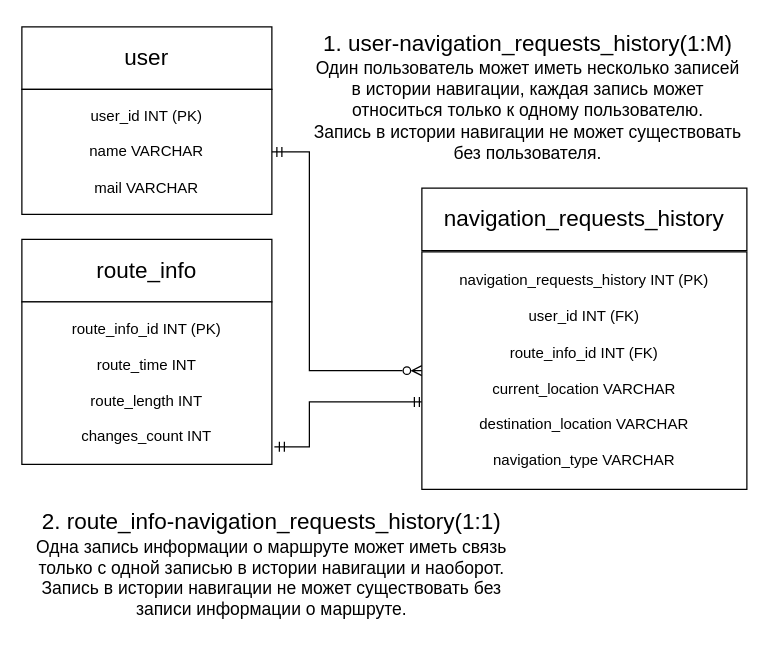
This is Sinyagin_Andrey/ERD/ERD.drawio from abdullahproff/BSA21_1, a draw.io file, before an edit. Source tidied: cells renumbered, new cells numbered last; positions are measured from the earlier drawing's top-left corner, leaving out a move shared by most shapes. Both pictures are drawn from the tidied source at 125%, with x=0, y=0 at pixel (21, 21).
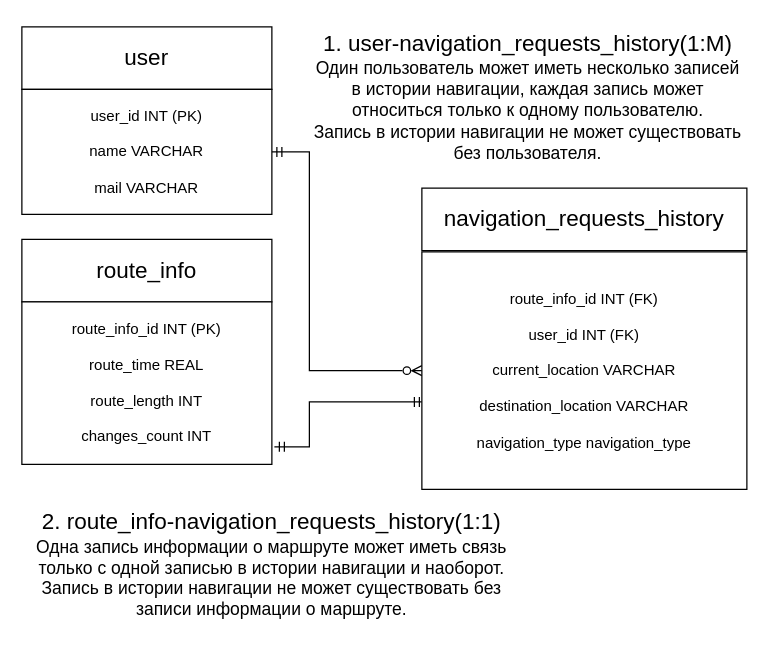
The same page after the edit.

Diff of the diagram source:
```diff
@@
 <mxGraphModel>
   <root>
     <mxCell id="0" />
     <mxCell id="1" parent="0" />
     <mxCell id="2" value="&lt;font style=&quot;font-size: 18px;&quot;&gt;user&lt;/font&gt;" style="rounded=0;whiteSpace=wrap;html=1;" parent="1" vertex="1">
       <mxGeometry y="4" width="200" height="50" as="geometry" />
     </mxCell>
     <mxCell id="3" value="&lt;font style=&quot;font-size: 18px;&quot;&gt;route_info&lt;/font&gt;" style="rounded=0;whiteSpace=wrap;html=1;strokeColor=default;align=center;verticalAlign=middle;fontFamily=Helvetica;fontSize=12;fontColor=default;fillColor=default;" parent="1" vertex="1">
       <mxGeometry y="174" width="200" height="50" as="geometry" />
     </mxCell>
     <mxCell id="4" value="&lt;font style=&quot;font-size: 18px;&quot;&gt;navigation_requests_history&lt;/font&gt;" style="rounded=0;whiteSpace=wrap;html=1;strokeColor=default;align=center;verticalAlign=middle;fontFamily=Helvetica;fontSize=12;fontColor=default;fillColor=default;" parent="1" vertex="1">
       <mxGeometry x="320" y="133" width="260" height="50" as="geometry" />
     </mxCell>
     <mxCell id="5" style="edgeStyle=orthogonalEdgeStyle;rounded=0;jettySize=auto;html=1;exitX=1;exitY=0.5;exitDx=0;exitDy=0;entryX=0;entryY=0.5;entryDx=0;entryDy=0;endArrow=ERzeroToMany;endFill=0;startArrow=ERmandOne;startFill=0;" parent="1" edge="1" source="6" target="9">
       <mxGeometry relative="1" as="geometry">
         <Array as="points">
           <mxPoint x="230" y="104" />
           <mxPoint x="230" y="279" />
         </Array>
       </mxGeometry>
     </mxCell>
     <mxCell id="6" value="user_id INT (PK&lt;span style=&quot;background-color: initial;&quot;&gt;)&lt;/span&gt;&lt;div&gt;&lt;br&gt;&lt;div&gt;&lt;div&gt;name VARCHAR&lt;/div&gt;&lt;div&gt;&lt;br&gt;&lt;/div&gt;&lt;div&gt;mail VARCHAR&lt;/div&gt;&lt;/div&gt;&lt;/div&gt;" style="rounded=0;whiteSpace=wrap;html=1;" parent="1" vertex="1">
       <mxGeometry y="54" width="200" height="100" as="geometry" />
     </mxCell>
     <mxCell id="7" style="edgeStyle=orthogonalEdgeStyle;rounded=0;jettySize=auto;html=1;exitX=1.01;exitY=0.892;exitDx=0;exitDy=0;startArrow=ERmandOne;startFill=0;endArrow=ERmandOne;endFill=0;exitPerimeter=0;" parent="1" edge="1" source="8">
       <mxGeometry relative="1" as="geometry">
         <mxPoint x="310" y="304" as="targetPoint" />
         <Array as="points">
           <mxPoint x="230" y="340" />
           <mxPoint x="230" y="304" />
           <mxPoint x="320" y="304" />
         </Array>
       </mxGeometry>
     </mxCell>
-    <mxCell id="8" value="route_info_id INT (PK)&lt;div&gt;&lt;br&gt;&lt;/div&gt;&lt;div&gt;route_time INT&lt;/div&gt;&lt;div&gt;&lt;br&gt;&lt;/div&gt;&lt;div&gt;route_length INT&lt;/div&gt;&lt;div&gt;&lt;br&gt;&lt;/div&gt;&lt;div&gt;changes_count INT&lt;/div&gt;" style="rounded=0;whiteSpace=wrap;html=1;" parent="1" vertex="1">
+    <mxCell id="8" value="route_info_id INT (PK)&lt;div&gt;&lt;br&gt;&lt;/div&gt;&lt;div&gt;route_time REAL&lt;/div&gt;&lt;div&gt;&lt;br&gt;&lt;/div&gt;&lt;div&gt;route_length INT&lt;/div&gt;&lt;div&gt;&lt;br&gt;&lt;/div&gt;&lt;div&gt;changes_count INT&lt;/div&gt;" style="rounded=0;whiteSpace=wrap;html=1;" parent="1" vertex="1">
       <mxGeometry y="224" width="200" height="130" as="geometry" />
     </mxCell>
-    <mxCell id="9" value="&lt;div&gt;navigation_requests_history INT (PK)&lt;/div&gt;&lt;div&gt;&lt;br&gt;&lt;/div&gt;user_id INT (FK&lt;span style=&quot;background-color: initial;&quot;&gt;)&lt;/span&gt;&lt;div&gt;&lt;span style=&quot;background-color: initial;&quot;&gt;&lt;br&gt;&lt;/span&gt;&lt;/div&gt;&lt;div&gt;route_info_id INT (FK)&lt;/div&gt;&lt;div&gt;&lt;br&gt;&lt;/div&gt;&lt;div&gt;current_location VARCHAR&lt;/div&gt;&lt;div&gt;&lt;br&gt;&lt;/div&gt;&lt;div&gt;&lt;div&gt;&lt;div&gt;destination_location VARCHAR&lt;/div&gt;&lt;div&gt;&lt;br&gt;&lt;/div&gt;&lt;/div&gt;&lt;/div&gt;&lt;div&gt;&lt;div&gt;navigation_type VARCHAR&lt;/div&gt;&lt;/div&gt;" style="rounded=0;whiteSpace=wrap;html=1;" parent="1" vertex="1">
+    <mxCell id="9" value="&lt;div&gt;route_info_id&amp;nbsp;INT &lt;span style=&quot;background-color: initial;&quot;&gt;(FK)&lt;/span&gt;&lt;/div&gt;&lt;div&gt;&lt;br&gt;&lt;/div&gt;&lt;div&gt;user_id INT (FK&lt;span style=&quot;background-color: initial;&quot;&gt;)&lt;/span&gt;&lt;br&gt;&lt;/div&gt;&lt;div&gt;&lt;br&gt;&lt;/div&gt;&lt;div&gt;current_location VARCHAR&lt;/div&gt;&lt;div&gt;&lt;br&gt;&lt;/div&gt;&lt;div&gt;&lt;div&gt;&lt;div&gt;destination_location VARCHAR&lt;/div&gt;&lt;div&gt;&lt;br&gt;&lt;/div&gt;&lt;/div&gt;&lt;/div&gt;&lt;div&gt;&lt;div&gt;navigation_type&amp;nbsp;&lt;span style=&quot;background-color: initial;&quot;&gt;navigation_type&lt;/span&gt;&lt;/div&gt;&lt;/div&gt;" style="rounded=0;whiteSpace=wrap;html=1;" parent="1" vertex="1">
       <mxGeometry x="320" y="184" width="260" height="190" as="geometry" />
     </mxCell>
     <mxCell id="10" value="&lt;span style=&quot;font-size: 18px;&quot;&gt;1. user-&lt;/span&gt;&lt;span style=&quot;font-size: 18px;&quot;&gt;navigation_requests_history(1:M)&lt;/span&gt;&lt;div&gt;&lt;font style=&quot;font-size: 14px;&quot;&gt;Один пользователь может иметь несколько записей в истории навигации, каждая запись может относиться только к одному пользователю.&lt;/font&gt;&lt;/div&gt;&lt;div&gt;&lt;span style=&quot;font-size: 14px;&quot;&gt;Запись в истории навигации не может существовать без пользователя.&lt;/span&gt;&lt;/div&gt;" style="text;html=1;align=center;verticalAlign=middle;whiteSpace=wrap;rounded=0;" parent="1" vertex="1">
       <mxGeometry x="230" width="350" height="120" as="geometry" />
     </mxCell>
     <mxCell id="11" value="&lt;span style=&quot;font-size: 18px;&quot;&gt;2. route_info-&lt;/span&gt;&lt;span style=&quot;font-size: 18px;&quot;&gt;navigation_requests_history(1:1)&lt;/span&gt;&lt;div&gt;&lt;font style=&quot;font-size: 14px;&quot;&gt;Одна запись информации о маршруте может иметь связь только с одной записью в истории навигации и наоборот.&lt;/font&gt;&lt;/div&gt;&lt;div&gt;&lt;span style=&quot;font-size: 14px;&quot;&gt;Запись в истории навигации не может существовать без записи информации о маршруте.&lt;/span&gt;&lt;/div&gt;" style="text;html=1;align=center;verticalAlign=middle;whiteSpace=wrap;rounded=0;" parent="1" vertex="1">
       <mxGeometry y="374" width="400" height="120" as="geometry" />
     </mxCell>
   </root>
 </mxGraphModel>
```
